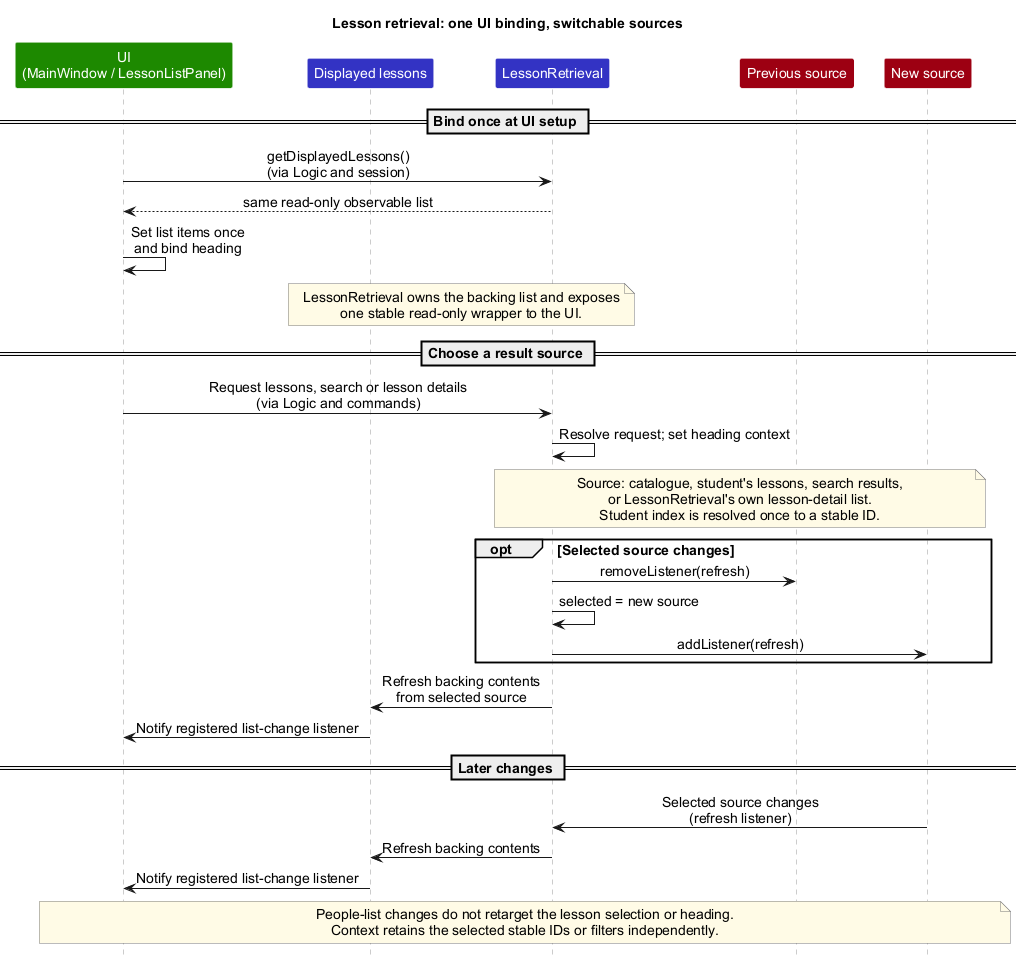
The PlantUML diagram docs/images/LessonRetrieval.png in AY2627S1-CS2103T-F13-3/tp, before a commit.
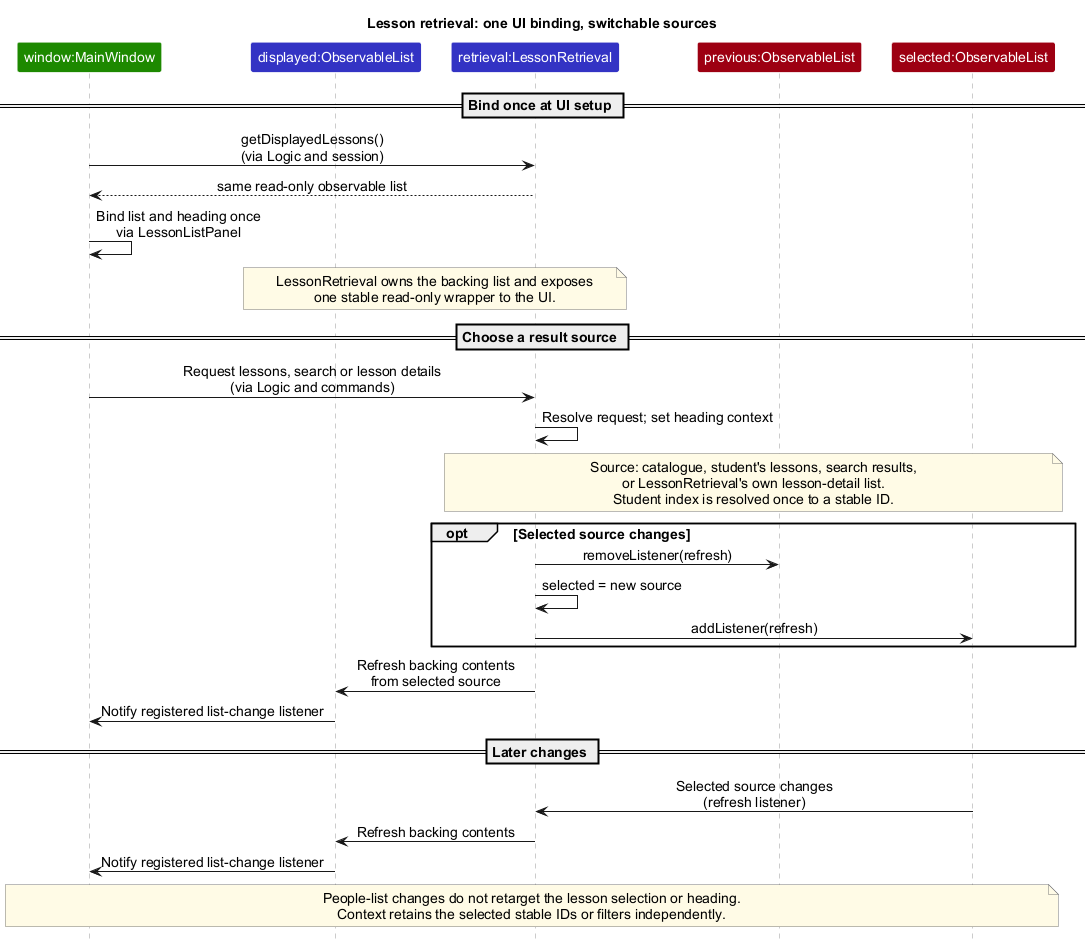
Later version of the same file.

Commit message:
Correct lesson sequence notation and readability

Diff of the diagram source:
```diff
@@ -15,16 +15,16 @@
 
 title Lesson retrieval: one UI binding, switchable sources
 
-participant "UI\n(MainWindow / LessonListPanel)" as UI UI_COLOR
-participant "Displayed lessons" as Displayed LOGIC_COLOR
-participant LessonRetrieval as Retrieval LOGIC_COLOR
-participant "Previous source" as Previous MODEL_COLOR
-participant "New source" as Next MODEL_COLOR
+participant "window:MainWindow" as UI UI_COLOR
+participant "displayed:ObservableList" as Displayed LOGIC_COLOR
+participant "retrieval:LessonRetrieval" as Retrieval LOGIC_COLOR
+participant "previous:ObservableList" as Previous MODEL_COLOR
+participant "selected:ObservableList" as Next MODEL_COLOR
 
 == Bind once at UI setup ==
 UI -> Retrieval : getDisplayedLessons()\n(via Logic and session)
 Retrieval --> UI : same read-only observable list
-UI -> UI : Set list items once\nand bind heading
+UI -> UI : Bind list and heading once\nvia LessonListPanel
 note over Displayed, Retrieval
   LessonRetrieval owns the backing list and exposes
   one stable read-only wrapper to the UI.
```
